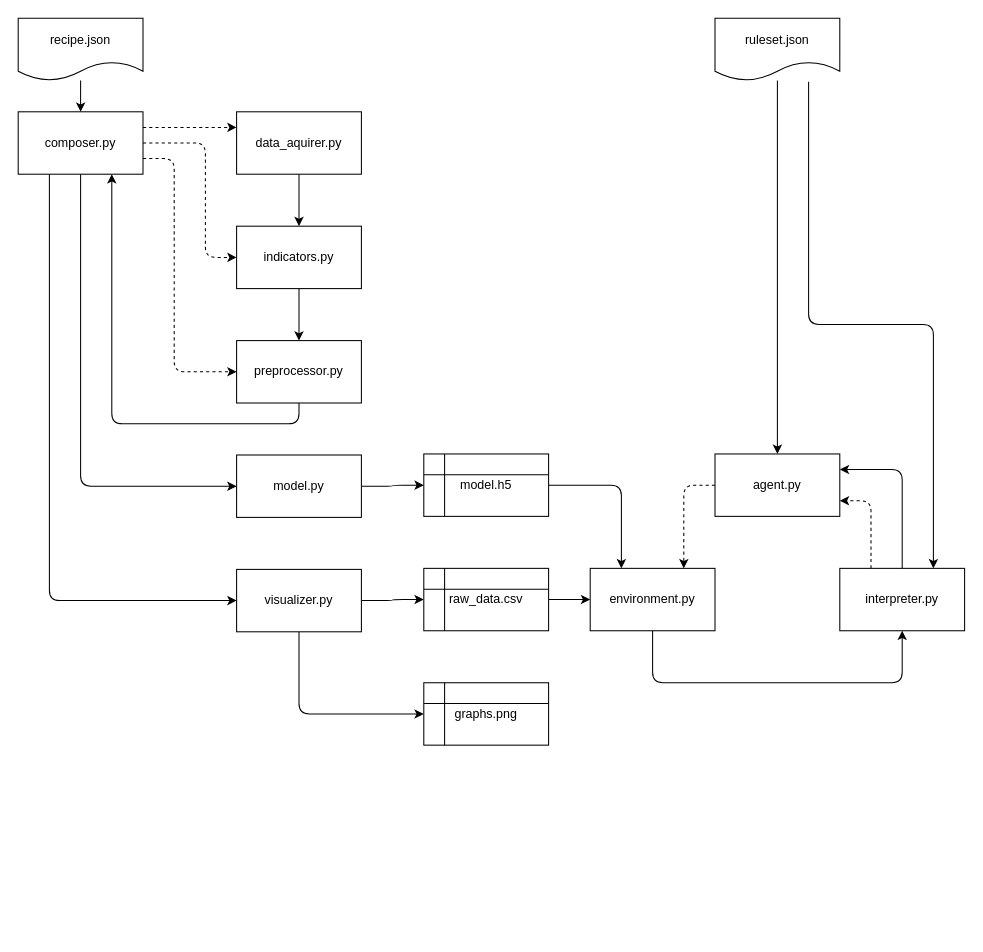
Earlier version of the draw.io diagram doc/model_overview.drawio (Franzelfx/forex-predicter). Source tidied: cells renumbered, new cells numbered last; positions are measured from the earlier drawing's top-left corner, leaving out a move shared by most shapes. Both pictures are drawn from the tidied source at 104%, with x=0, y=0 at pixel (18, 18).
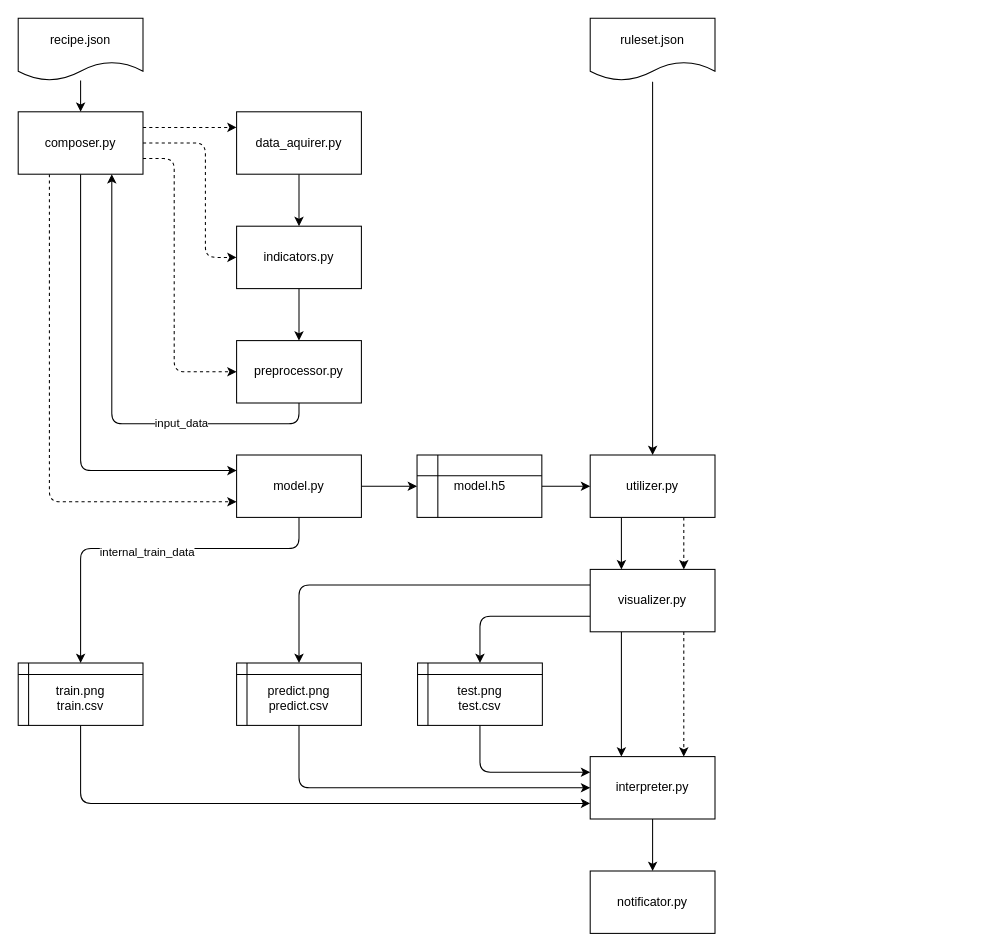
The same diagram, later.

Commit message (it also covers changes not shown here):
REFACTORED model_tb and system_test_tb

The change refers to these unchanged cells:
```xml
<mxCell id="7" value="composer.py" style="rounded=0;whiteSpace=wrap;html=1;verticalAlign=middle;align=center;" parent="1" vertex="1">
  <mxGeometry y="90" width="120" height="60" as="geometry" />
</mxCell>
<mxCell id="10" style="edgeStyle=orthogonalEdgeStyle;rounded=1;jettySize=auto;html=1;exitX=0.5;exitY=1;exitDx=0;exitDy=0;entryX=0.75;entryY=1;entryDx=0;entryDy=0;" parent="1" edge="1" source="11" target="7">
  <mxGeometry relative="1" as="geometry" />
</mxCell>
<mxCell id="18" value="model.py" style="rounded=0;whiteSpace=wrap;html=1;verticalAlign=middle;align=center;" parent="1" vertex="1">
  <mxGeometry x="210" y="420" width="120" height="60" as="geometry" />
</mxCell>
```

What changed in the source:
```diff
@@
-    <mxCell id="5" style="edgeStyle=orthogonalEdgeStyle;rounded=1;jettySize=auto;html=1;exitX=0.5;exitY=1;exitDx=0;exitDy=0;entryX=0;entryY=0.5;entryDx=0;entryDy=0;" parent="1" edge="1" source="7" target="18">
-      <mxGeometry relative="1" as="geometry" />
-    </mxCell>
-    <mxCell id="6" style="edgeStyle=orthogonalEdgeStyle;html=1;exitX=0.25;exitY=1;exitDx=0;exitDy=0;entryX=0;entryY=0.5;entryDx=0;entryDy=0;" parent="1" edge="1" source="7" target="16">
-      <mxGeometry relative="1" as="geometry" />
-    </mxCell>
+    <mxCell id="36" style="edgeStyle=orthogonalEdgeStyle;html=1;exitX=0.5;exitY=1;exitDx=0;exitDy=0;entryX=0;entryY=0.25;entryDx=0;entryDy=0;startArrow=none;startFill=0;" parent="1" edge="1" source="7" target="18">
+      <mxGeometry relative="1" as="geometry" />
+    </mxCell>
+    <mxCell id="37" style="edgeStyle=orthogonalEdgeStyle;html=1;exitX=0.25;exitY=1;exitDx=0;exitDy=0;entryX=0;entryY=0.75;entryDx=0;entryDy=0;startArrow=none;startFill=0;dashed=1;" parent="1" edge="1" source="7" target="18">
+      <mxGeometry relative="1" as="geometry" />
+    </mxCell>
@@
+    <mxCell id="38" value="input_data" style="edgeLabel;html=1;align=center;verticalAlign=middle;" parent="10" vertex="1">
+      <mxGeometry x="-0.39" y="-1" relative="1" as="geometry" />
+    </mxCell>
@@
-    <mxCell id="14" style="edgeStyle=orthogonalEdgeStyle;html=1;exitX=1;exitY=0.5;exitDx=0;exitDy=0;entryX=0;entryY=0.5;entryDx=0;entryDy=0;" parent="1" edge="1" source="16" target="30">
-      <mxGeometry relative="1" as="geometry" />
-    </mxCell>
-    <mxCell id="15" style="edgeStyle=orthogonalEdgeStyle;html=1;exitX=0.5;exitY=1;exitDx=0;exitDy=0;entryX=0;entryY=0.5;entryDx=0;entryDy=0;" parent="1" edge="1" source="16" target="31">
-      <mxGeometry relative="1" as="geometry" />
-    </mxCell>
+    <mxCell id="39" style="edgeStyle=orthogonalEdgeStyle;html=1;exitX=0;exitY=0.75;exitDx=0;exitDy=0;entryX=0.5;entryY=0;entryDx=0;entryDy=0;startArrow=none;startFill=0;" parent="1" edge="1" source="16" target="52">
+      <mxGeometry relative="1" as="geometry" />
+    </mxCell>
+    <mxCell id="40" style="edgeStyle=orthogonalEdgeStyle;html=1;exitX=0;exitY=0.25;exitDx=0;exitDy=0;entryX=0.5;entryY=0;entryDx=0;entryDy=0;startArrow=none;startFill=0;" parent="1" edge="1" source="16" target="54">
+      <mxGeometry relative="1" as="geometry" />
+    </mxCell>
+    <mxCell id="41" style="edgeStyle=orthogonalEdgeStyle;html=1;exitX=0.75;exitY=1;exitDx=0;exitDy=0;entryX=0.75;entryY=0;entryDx=0;entryDy=0;dashed=1;startArrow=none;startFill=0;" parent="1" edge="1" source="16" target="50">
+      <mxGeometry relative="1" as="geometry" />
+    </mxCell>
+    <mxCell id="42" style="edgeStyle=orthogonalEdgeStyle;html=1;exitX=0.25;exitY=1;exitDx=0;exitDy=0;entryX=0.25;entryY=0;entryDx=0;entryDy=0;startArrow=none;startFill=0;" parent="1" edge="1" source="16" target="50">
+      <mxGeometry relative="1" as="geometry" />
+    </mxCell>
     <mxCell id="16" value="visualizer.py" style="rounded=0;whiteSpace=wrap;html=1;verticalAlign=middle;align=center;" parent="1" vertex="1">
-      <mxGeometry x="210" y="530" width="120" height="60" as="geometry" />
+      <mxGeometry x="550" y="530" width="120" height="60" as="geometry" />
     </mxCell>
@@
+    <mxCell id="43" style="edgeStyle=orthogonalEdgeStyle;html=1;exitX=0.5;exitY=1;exitDx=0;exitDy=0;entryX=0.5;entryY=0;entryDx=0;entryDy=0;startArrow=none;startFill=0;" parent="1" edge="1" source="18" target="31">
+      <mxGeometry relative="1" as="geometry">
+        <Array as="points">
+          <mxPoint x="270" y="510" />
+          <mxPoint x="60" y="510" />
+        </Array>
+      </mxGeometry>
+    </mxCell>
+    <mxCell id="44" value="internal_train_data" style="edgeLabel;html=1;align=center;verticalAlign=middle;" parent="43" vertex="1">
+      <mxGeometry x="0.01" y="3" relative="1" as="geometry" />
+    </mxCell>
@@
-    <mxCell id="19" style="edgeStyle=orthogonalEdgeStyle;html=1;exitX=0.5;exitY=0;exitDx=0;exitDy=0;entryX=1;entryY=0.25;entryDx=0;entryDy=0;" parent="1" edge="1" source="21" target="33">
-      <mxGeometry relative="1" as="geometry" />
-    </mxCell>
-    <mxCell id="20" style="edgeStyle=orthogonalEdgeStyle;html=1;exitX=0.25;exitY=0;exitDx=0;exitDy=0;entryX=1;entryY=0.75;entryDx=0;entryDy=0;dashed=1;" parent="1" edge="1" source="21" target="33">
-      <mxGeometry relative="1" as="geometry" />
-    </mxCell>
+    <mxCell id="45" style="edgeStyle=orthogonalEdgeStyle;html=1;exitX=0.25;exitY=1;exitDx=0;exitDy=0;entryX=0.25;entryY=0;entryDx=0;entryDy=0;startArrow=none;startFill=0;" parent="1" edge="1" source="21" target="16">
+      <mxGeometry relative="1" as="geometry" />
+    </mxCell>
+    <mxCell id="46" style="edgeStyle=orthogonalEdgeStyle;html=1;exitX=0.75;exitY=1;exitDx=0;exitDy=0;entryX=0.75;entryY=0;entryDx=0;entryDy=0;startArrow=none;startFill=0;dashed=1;" parent="1" edge="1" source="21" target="16">
+      <mxGeometry relative="1" as="geometry" />
+    </mxCell>
-    <mxCell id="21" value="interpreter.py" style="rounded=0;whiteSpace=wrap;html=1;verticalAlign=middle;align=center;" parent="1" vertex="1">
-      <mxGeometry x="790" y="529" width="120" height="60" as="geometry" />
+    <mxCell id="21" value="utilizer.py" style="rounded=0;whiteSpace=wrap;html=1;verticalAlign=middle;align=center;" parent="1" vertex="1">
+      <mxGeometry x="550" y="420" width="120" height="60" as="geometry" />
     </mxCell>
@@
-    <mxCell id="24" style="edgeStyle=orthogonalEdgeStyle;html=1;exitX=1;exitY=0.5;exitDx=0;exitDy=0;entryX=0.25;entryY=0;entryDx=0;entryDy=0;" parent="1" edge="1" source="25" target="35">
-      <mxGeometry relative="1" as="geometry" />
-    </mxCell>
+    <mxCell id="47" style="edgeStyle=orthogonalEdgeStyle;html=1;startArrow=none;startFill=0;" parent="1" edge="1" source="25" target="21">
+      <mxGeometry relative="1" as="geometry" />
+    </mxCell>
     <mxCell id="25" value="model.h5" style="shape=internalStorage;whiteSpace=wrap;html=1;backgroundOutline=1;" parent="1" vertex="1">
-      <mxGeometry x="390" y="419" width="120" height="60" as="geometry" />
+      <mxGeometry x="383.5" y="420" width="120" height="60" as="geometry" />
     </mxCell>
-    <mxCell id="26" style="edgeStyle=orthogonalEdgeStyle;html=1;" parent="1" edge="1" source="28" target="33">
-      <mxGeometry relative="1" as="geometry" />
-    </mxCell>
-    <mxCell id="27" style="edgeStyle=orthogonalEdgeStyle;html=1;exitX=0.75;exitY=1;exitDx=0;exitDy=1;exitPerimeter=0;entryX=0.75;entryY=0;entryDx=0;entryDy=0;" parent="1" edge="1" source="28" target="21">
+    <mxCell id="27" style="edgeStyle=orthogonalEdgeStyle;html=1;exitX=0.5;exitY=1;exitDx=0;exitDy=1;exitPerimeter=0;entryX=0.5;entryY=0;entryDx=0;entryDy=0;startArrow=none;startFill=0;" parent="1" edge="1" source="28" target="21">
       <mxGeometry relative="1" as="geometry" />
     </mxCell>
     <mxCell id="28" value="ruleset.json" style="shape=document;whiteSpace=wrap;html=1;boundedLbl=1;points=[[0,0.25,0,0,0],[0,0.5,0,0,0],[0,0.75,0,0,0],[0.25,0,0,0,0],[0.25,1,0,0,1],[0.5,0,0,0,0],[0.5,1,0,0,1],[0.75,0,0,0,0],[0.75,1,0,0,1],[1,0.25,0,0,0],[1,0.5,0,0,0],[1,0.75,0,0,0]];" parent="1" vertex="1">
-      <mxGeometry x="670" width="120" height="60" as="geometry" />
+      <mxGeometry x="550" width="120" height="60" as="geometry" />
     </mxCell>
-    <mxCell id="29" style="edgeStyle=none;html=1;exitX=1;exitY=0.5;exitDx=0;exitDy=0;entryX=0;entryY=0.5;entryDx=0;entryDy=0;" parent="1" edge="1" source="30" target="35">
-      <mxGeometry relative="1" as="geometry" />
-    </mxCell>
-    <mxCell id="30" value="raw_data.csv" style="shape=internalStorage;whiteSpace=wrap;html=1;backgroundOutline=1;" parent="1" vertex="1">
-      <mxGeometry x="390" y="529" width="120" height="60" as="geometry" />
-    </mxCell>
+    <mxCell id="48" style="edgeStyle=orthogonalEdgeStyle;html=1;exitX=0.5;exitY=1;exitDx=0;exitDy=0;entryX=0;entryY=0.75;entryDx=0;entryDy=0;startArrow=none;startFill=0;" parent="1" edge="1" source="31" target="50">
+      <mxGeometry relative="1" as="geometry" />
+    </mxCell>
-    <mxCell id="31" value="graphs.png" style="shape=internalStorage;whiteSpace=wrap;html=1;backgroundOutline=1;" parent="1" vertex="1">
-      <mxGeometry x="390" y="639" width="120" height="60" as="geometry" />
+    <mxCell id="31" value="train.png&lt;br&gt;train.csv" style="shape=internalStorage;whiteSpace=wrap;html=1;backgroundOutline=1;dx=10;dy=11;spacingTop=8;" parent="1" vertex="1">
+      <mxGeometry y="620" width="120" height="60" as="geometry" />
     </mxCell>
-    <mxCell id="32" style="edgeStyle=orthogonalEdgeStyle;html=1;exitX=0;exitY=0.5;exitDx=0;exitDy=0;entryX=0.75;entryY=0;entryDx=0;entryDy=0;dashed=1;" parent="1" edge="1" source="33" target="35">
-      <mxGeometry relative="1" as="geometry" />
-    </mxCell>
-    <mxCell id="33" value="agent.py" style="rounded=0;whiteSpace=wrap;html=1;verticalAlign=middle;align=center;" parent="1" vertex="1">
-      <mxGeometry x="670" y="419" width="120" height="60" as="geometry" />
-    </mxCell>
-    <mxCell id="34" style="edgeStyle=orthogonalEdgeStyle;html=1;exitX=0.5;exitY=1;exitDx=0;exitDy=0;entryX=0.5;entryY=1;entryDx=0;entryDy=0;" parent="1" edge="1" source="35" target="21">
-      <mxGeometry relative="1" as="geometry">
-        <Array as="points">
-          <mxPoint x="610" y="639" />
-          <mxPoint x="850" y="639" />
-        </Array>
-      </mxGeometry>
-    </mxCell>
-    <mxCell id="35" value="environment.py" style="rounded=0;whiteSpace=wrap;html=1;verticalAlign=middle;align=center;" parent="1" vertex="1">
-      <mxGeometry x="550" y="529" width="120" height="60" as="geometry" />
-    </mxCell>
+    <mxCell id="49" style="edgeStyle=orthogonalEdgeStyle;html=1;startArrow=none;startFill=0;" parent="1" edge="1" source="50" target="55">
+      <mxGeometry relative="1" as="geometry" />
+    </mxCell>
+    <mxCell id="50" value="interpreter.py" style="rounded=0;whiteSpace=wrap;html=1;verticalAlign=middle;align=center;" parent="1" vertex="1">
+      <mxGeometry x="550" y="710" width="120" height="60" as="geometry" />
+    </mxCell>
+    <mxCell id="51" style="edgeStyle=orthogonalEdgeStyle;html=1;exitX=0.5;exitY=1;exitDx=0;exitDy=0;entryX=0;entryY=0.25;entryDx=0;entryDy=0;startArrow=none;startFill=0;" parent="1" edge="1" source="52" target="50">
+      <mxGeometry relative="1" as="geometry" />
+    </mxCell>
+    <mxCell id="52" value="test.png&lt;br&gt;test.csv" style="shape=internalStorage;whiteSpace=wrap;html=1;backgroundOutline=1;dx=10;dy=11;spacingTop=8;" parent="1" vertex="1">
+      <mxGeometry x="384" y="620" width="120" height="60" as="geometry" />
+    </mxCell>
+    <mxCell id="53" style="edgeStyle=orthogonalEdgeStyle;html=1;exitX=0.5;exitY=1;exitDx=0;exitDy=0;entryX=0;entryY=0.5;entryDx=0;entryDy=0;startArrow=none;startFill=0;" parent="1" edge="1" source="54" target="50">
+      <mxGeometry relative="1" as="geometry" />
+    </mxCell>
+    <mxCell id="54" value="predict.png&lt;br&gt;predict.csv" style="shape=internalStorage;whiteSpace=wrap;html=1;backgroundOutline=1;dx=10;dy=11;spacingTop=8;" parent="1" vertex="1">
+      <mxGeometry x="210" y="620" width="120" height="60" as="geometry" />
+    </mxCell>
+    <mxCell id="55" value="notificator.py" style="rounded=0;whiteSpace=wrap;html=1;verticalAlign=middle;align=center;" parent="1" vertex="1">
+      <mxGeometry x="550" y="820" width="120" height="60" as="geometry" />
+    </mxCell>
```
